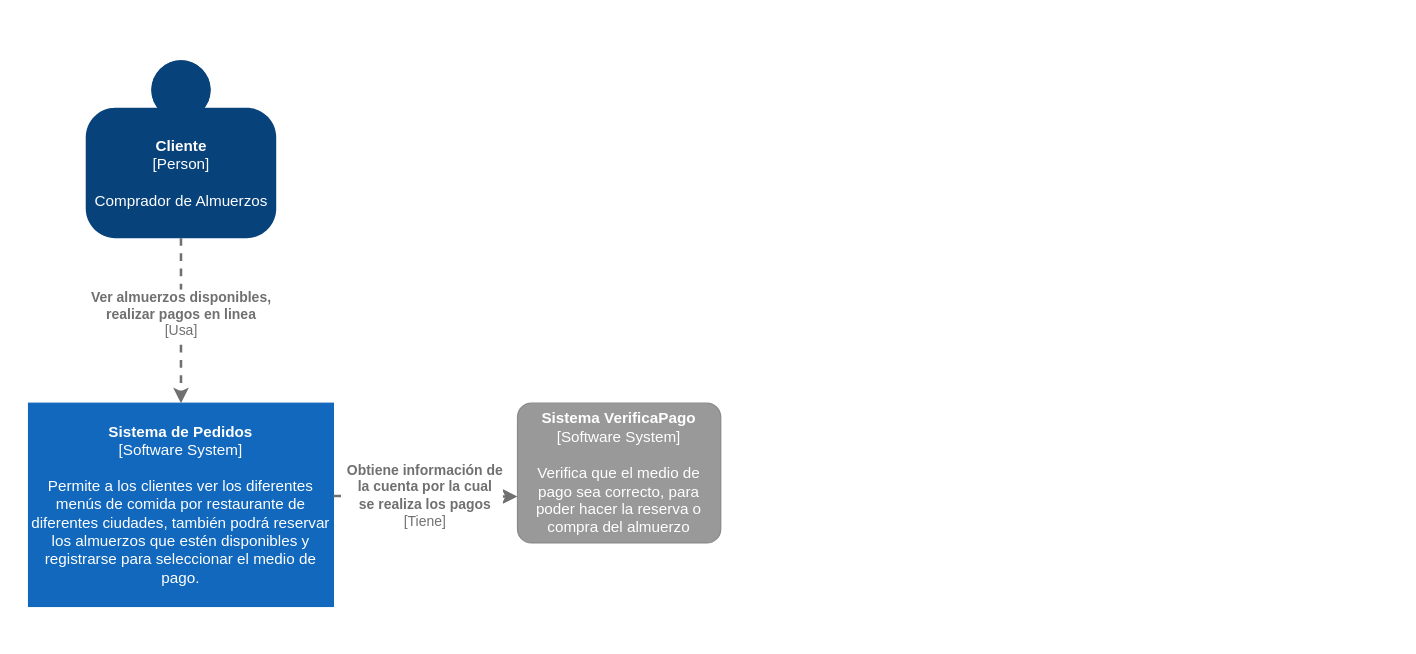
Earlier version of the draw.io diagram Modelo c4/Modelo_c4_almuerzos_online.drawio (kevindm9/LabSoftware2). Source tidied: cells renumbered, new cells numbered last; positions are measured from the earlier drawing's top-left corner, leaving out a move shared by most shapes. Both pictures are drawn from the tidied source at 127%, with x=0, y=0 at pixel (28, 60).
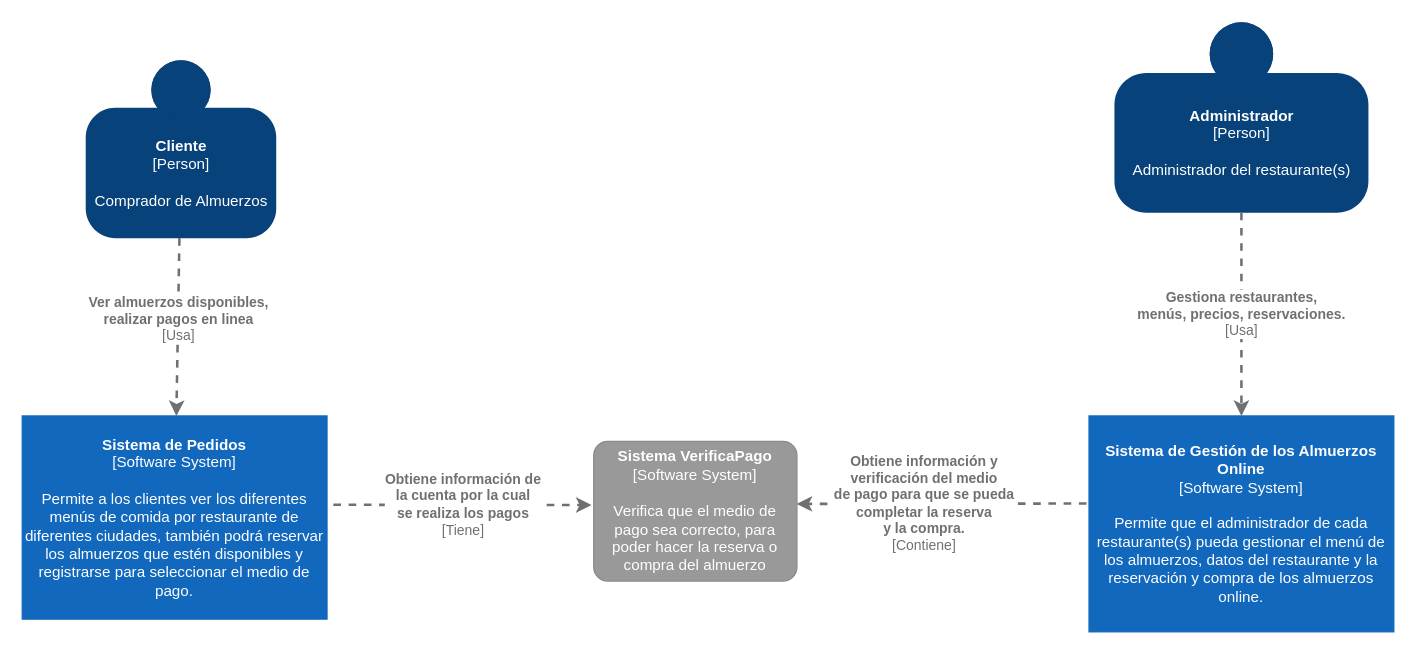
The same page after the edit.

Diff of the diagram source:
```diff
@@
 <mxGraphModel>
   <root>
     <mxCell id="0" />
     <mxCell id="1" parent="0" />
     <object id="2" label="&lt;b&gt;%c4Name%&lt;/b&gt;&lt;div&gt;[%c4Type%]&lt;/div&gt;&lt;br&gt;&lt;div&gt;%c4Description%&lt;/div&gt;" c4Description="Comprador de Almuerzos" c4Name="Cliente" c4Type="Person" placeholders="1">
       <mxCell style="html=1;dashed=0;whitespace=wrap;fillColor=#08427b;strokeColor=none;fontColor=#ffffff;shape=mxgraph.c4.person;align=center;points=[[0.5,0,0],[1,0.5,0],[1,0.75,0],[0.75,1,0],[0.5,1,0],[0.25,1,0],[0,0.75,0],[0,0.5,0]];metaData={&quot;c4Type&quot;:{&quot;editable&quot;:false}};" parent="1" vertex="1">
         <mxGeometry x="45" width="150" height="140" as="geometry" />
       </mxCell>
     </object>
     <object id="3" label="&lt;b&gt;%c4Name%&lt;/b&gt;&lt;div&gt;[%c4Type%]&lt;/div&gt;&lt;br&gt;&lt;div&gt;%c4Description%&lt;/div&gt;" c4Description="Permite a los clientes ver los diferentes menús de comida por restaurante de diferentes ciudades, también podrá reservar los almuerzos que estén disponibles y registrarse para seleccionar el medio de pago." c4Name="Sistema de Pedidos" c4Type="Software System" placeholders="1">
       <mxCell style="rounded=1;whiteSpace=wrap;html=1;labelBackgroundColor=none;fillColor=#1168BD;fontColor=#ffffff;align=center;arcSize=0;strokeColor=#1168BD;metaData={&quot;c4Type&quot;:{&quot;editable&quot;:false}};points=[[0.25,0,0],[0.5,0,0],[0.75,0,0],[1,0.25,0],[1,0.5,0],[1,0.75,0],[0.75,1,0],[0.5,1,0],[0.25,1,0],[0,0.75,0],[0,0.5,0],[0,0.25,0]];" parent="1" vertex="1">
-        <mxGeometry y="270" width="240" height="160" as="geometry" />
+        <mxGeometry x="-5" y="280" width="240" height="160" as="geometry" />
       </mxCell>
     </object>
     <object id="4" label="&lt;div style=&quot;text-align: left&quot;&gt;&lt;div style=&quot;text-align: center&quot;&gt;&lt;b&gt;%c4Description%&lt;/b&gt;&lt;/div&gt;&lt;div style=&quot;text-align: center&quot;&gt;[%c4Technology%]&lt;/div&gt;&lt;/div&gt;" c4Description="Ver almuerzos disponibles, &#10;realizar pagos en linea" c4Technology="Usa" placeholders="1">
       <mxCell style="edgeStyle=none;rounded=0;html=1;jettySize=auto;strokeColor=#707070;strokeWidth=2;fontColor=#707070;jumpStyle=none;dashed=1;metaData={&quot;c4Type&quot;:{&quot;editable&quot;:false}};" parent="1" edge="1" source="2" target="3">
         <mxGeometry x="-0.08" relative="1" as="geometry" />
       </mxCell>
     </object>
     <object id="5" label="&lt;b&gt;%c4Name%&lt;/b&gt;&lt;div&gt;[%c4Type%]&lt;/div&gt;&lt;br&gt;&lt;div&gt;%c4Description%&lt;/div&gt;" c4Description="Verifica que el medio de pago sea correcto, para poder hacer la reserva o compra del almuerzo" c4Name="Sistema VerificaPago" c4Type="Software System" placeholders="1">
       <mxCell style="rounded=1;whiteSpace=wrap;html=1;labelBackgroundColor=none;fillColor=#999999;fontColor=#ffffff;align=center;arcSize=10;strokeColor=#8A8A8A;metaData={&quot;c4Type&quot;:{&quot;editable&quot;:false}};points=[[0.25,0,0],[0.5,0,0],[0.75,0,0],[1,0.25,0],[1,0.5,0],[1,0.75,0],[0.75,1,0],[0.5,1,0],[0.25,1,0],[0,0.75,0],[0,0.5,0],[0,0.25,0]];" parent="1" vertex="1">
-        <mxGeometry x="385" y="270" width="160" height="110" as="geometry" />
+        <mxGeometry x="445" y="300" width="160" height="110" as="geometry" />
       </mxCell>
     </object>
     <object id="6" label="&lt;div style=&quot;text-align: left&quot;&gt;&lt;div style=&quot;text-align: center&quot;&gt;&lt;b&gt;%c4Description%&lt;/b&gt;&lt;/div&gt;&lt;div style=&quot;text-align: center&quot;&gt;[%c4Technology%]&lt;/div&gt;&lt;/div&gt;" c4Description="Obtiene información de &#10;la cuenta por la cual &#10;se realiza los pagos" c4Technology="Tiene" placeholders="1">
-      <mxCell style="edgeStyle=none;rounded=0;html=1;entryX=-0.001;entryY=0.668;jettySize=auto;strokeColor=#707070;strokeWidth=2;fontColor=#707070;jumpStyle=none;dashed=1;metaData={&quot;c4Type&quot;:{&quot;editable&quot;:false}};entryDx=0;entryDy=0;entryPerimeter=0;" parent="1" edge="1" target="5">
+      <mxCell style="edgeStyle=none;rounded=0;html=1;jettySize=auto;strokeColor=#707070;strokeWidth=2;fontColor=#707070;jumpStyle=none;dashed=1;metaData={&quot;c4Type&quot;:{&quot;editable&quot;:false}};entryX=-0.011;entryY=0.456;entryDx=0;entryDy=0;entryPerimeter=0;" parent="1" edge="1" target="5">
         <mxGeometry relative="1" as="geometry">
-          <mxPoint x="240" y="343" as="sourcePoint" />
+          <mxPoint x="240" y="350" as="sourcePoint" />
         </mxGeometry>
       </mxCell>
     </object>
+    <object id="7" label="&lt;b&gt;%c4Name%&lt;/b&gt;&lt;div&gt;[%c4Type%]&lt;/div&gt;&lt;br&gt;&lt;div&gt;%c4Description%&lt;/div&gt;" c4Description="Permite que el administrador de cada restaurante(s) pueda gestionar el menú de los almuerzos, datos del restaurante y la reservación y compra de los almuerzos online." c4Name="Sistema de Gestión de los Almuerzos Online" c4Type="Software System" placeholders="1">
+      <mxCell style="rounded=1;whiteSpace=wrap;html=1;labelBackgroundColor=none;fillColor=#1168BD;fontColor=#ffffff;align=center;arcSize=0;strokeColor=#1168BD;metaData={&quot;c4Type&quot;:{&quot;editable&quot;:false}};points=[[0.25,0,0],[0.5,0,0],[0.75,0,0],[1,0.25,0],[1,0.5,0],[1,0.75,0],[0.75,1,0],[0.5,1,0],[0.25,1,0],[0,0.75,0],[0,0.5,0],[0,0.25,0]];" parent="1" vertex="1">
+        <mxGeometry x="835" y="280" width="240" height="170" as="geometry" />
+      </mxCell>
+    </object>
+    <object id="8" label="&lt;div style=&quot;text-align: left&quot;&gt;&lt;div style=&quot;text-align: center&quot;&gt;&lt;b&gt;%c4Description%&lt;/b&gt;&lt;/div&gt;&lt;div style=&quot;text-align: center&quot;&gt;[%c4Technology%]&lt;/div&gt;&lt;/div&gt;" c4Description="Obtiene información y &#10;verificación del medio &#10;de pago para que se pueda &#10;completar la reserva &#10;y la compra." c4Technology="Contiene" placeholders="1">
+      <mxCell style="edgeStyle=none;rounded=0;html=1;entryX=0.999;entryY=0.448;jettySize=auto;strokeColor=#707070;strokeWidth=2;fontColor=#707070;jumpStyle=none;dashed=1;metaData={&quot;c4Type&quot;:{&quot;editable&quot;:false}};entryDx=0;entryDy=0;entryPerimeter=0;" parent="1" edge="1" target="5">
+        <mxGeometry x="0.12" relative="1" as="geometry">
+          <mxPoint x="833" y="349" as="sourcePoint" />
+        </mxGeometry>
+      </mxCell>
+    </object>
+    <object id="9" label="&lt;b&gt;%c4Name%&lt;/b&gt;&lt;div&gt;[%c4Type%]&lt;/div&gt;&lt;br&gt;&lt;div&gt;%c4Description%&lt;/div&gt;" c4Description="Administrador del restaurante(s)" c4Name="Administrador" c4Type="Person" placeholders="1">
+      <mxCell style="html=1;dashed=0;whitespace=wrap;fillColor=#08427b;strokeColor=none;fontColor=#ffffff;shape=mxgraph.c4.person;align=center;points=[[0.5,0,0],[1,0.5,0],[1,0.75,0],[0.75,1,0],[0.5,1,0],[0.25,1,0],[0,0.75,0],[0,0.5,0]];metaData={&quot;c4Type&quot;:{&quot;editable&quot;:false}};" parent="1" vertex="1">
+        <mxGeometry x="855" y="-30" width="200" height="150" as="geometry" />
+      </mxCell>
+    </object>
+    <object id="10" label="&lt;div style=&quot;text-align: left&quot;&gt;&lt;div style=&quot;text-align: center&quot;&gt;&lt;b&gt;%c4Description%&lt;/b&gt;&lt;/div&gt;&lt;div style=&quot;text-align: center&quot;&gt;[%c4Technology%]&lt;/div&gt;&lt;/div&gt;" c4Description="Gestiona restaurantes, &#10;menús, precios, reservaciones." c4Technology="Usa" placeholders="1">
+      <mxCell style="edgeStyle=none;rounded=0;html=1;jettySize=auto;strokeColor=#707070;strokeWidth=2;fontColor=#707070;jumpStyle=none;dashed=1;metaData={&quot;c4Type&quot;:{&quot;editable&quot;:false}};exitX=0.5;exitY=1;exitDx=0;exitDy=0;exitPerimeter=0;entryX=0.5;entryY=0;entryDx=0;entryDy=0;entryPerimeter=0;" parent="1" edge="1" source="9" target="7">
+        <mxGeometry relative="1" as="geometry" />
+      </mxCell>
+    </object>
   </root>
 </mxGraphModel>
```
